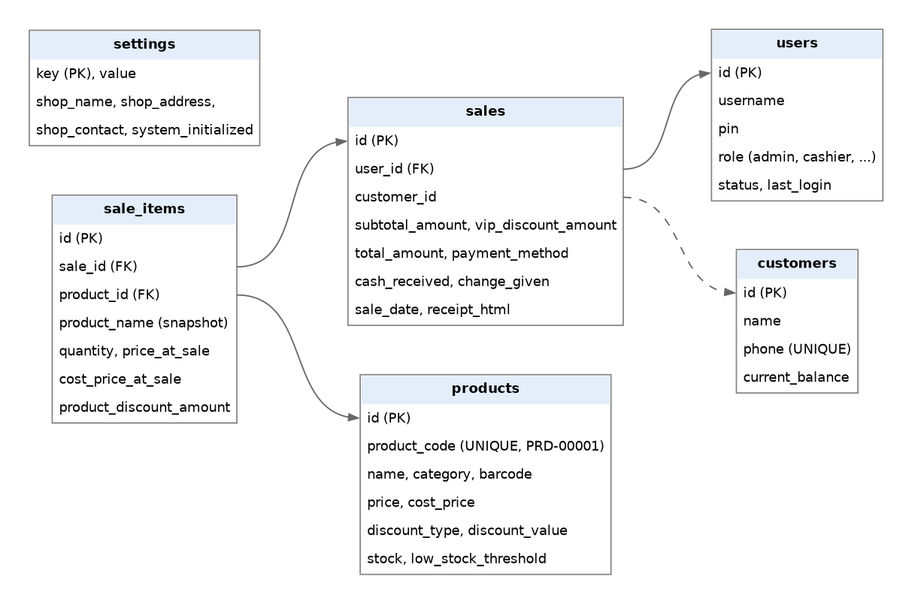
shoaib-javeed-05/my-local-shop-pos keeps this Graphviz diagram as docs/diagrams/data-model.png. Above is the earlier version. Its source is kept beside it as docs/diagrams/src/data-model.dot.
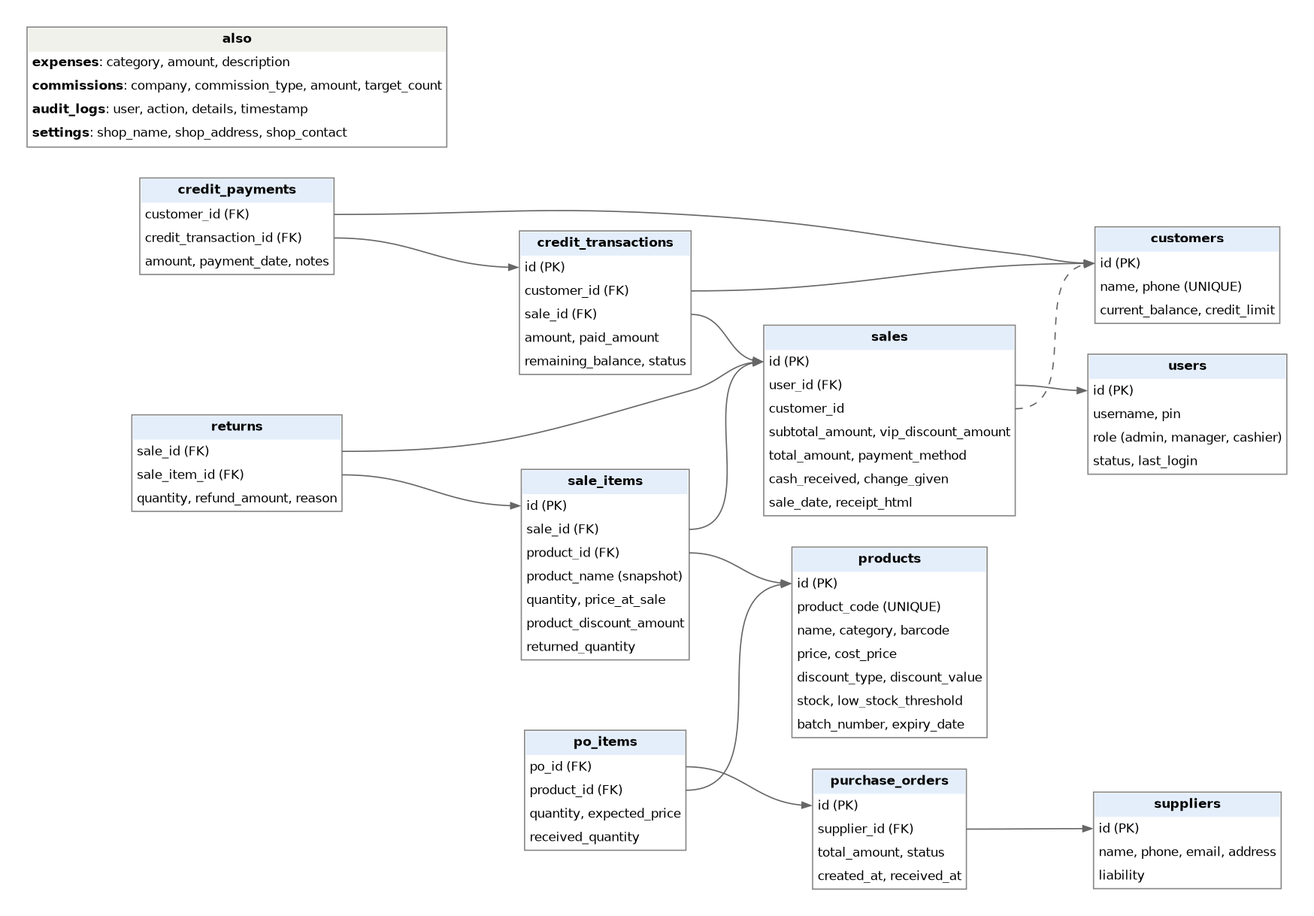
After the commit.

Change to the diagram source:
```diff
@@ -1,60 +1,88 @@
 digraph data_model {
-  graph [rankdir=LR, fontname="Helvetica", fontsize=12, nodesep=0.5, ranksep=0.9, pad=0.3, bgcolor="white"];
+  graph [rankdir=LR, fontname="Helvetica", fontsize=12, nodesep=0.35, ranksep=0.8, pad=0.3, bgcolor="white"];
   node  [shape=plain, fontname="Helvetica", fontsize=10];
-  edge  [color="#666666", arrowsize=0.7, fontname="Helvetica", fontsize=9];
+  edge  [color="#666666", arrowsize=0.7];
 
-  users [label=<<table border="1" cellborder="0" cellspacing="0" cellpadding="4" color="#888888">
+  users [label=<<table border="1" cellborder="0" cellspacing="0" cellpadding="3" color="#888888">
     <tr><td bgcolor="#e4eefb"><b>users</b></td></tr>
-    <tr><td align="left" port="id">id (PK)</td></tr>
-    <tr><td align="left">username</td></tr>
-    <tr><td align="left">pin</td></tr>
-    <tr><td align="left">role (admin, cashier, ...)</td></tr>
-    <tr><td align="left">status, last_login</td></tr></table>>];
+    <tr><td align="left" port="id">id (PK)</td></tr><tr><td align="left">username, pin</td></tr>
+    <tr><td align="left">role (admin, manager, cashier)</td></tr><tr><td align="left">status, last_login</td></tr></table>>];
 
-  products [label=<<table border="1" cellborder="0" cellspacing="0" cellpadding="4" color="#888888">
+  products [label=<<table border="1" cellborder="0" cellspacing="0" cellpadding="3" color="#888888">
     <tr><td bgcolor="#e4eefb"><b>products</b></td></tr>
-    <tr><td align="left" port="id">id (PK)</td></tr>
-    <tr><td align="left">product_code (UNIQUE, PRD-00001)</td></tr>
-    <tr><td align="left">name, category, barcode</td></tr>
-    <tr><td align="left">price, cost_price</td></tr>
-    <tr><td align="left">discount_type, discount_value</td></tr>
-    <tr><td align="left">stock, low_stock_threshold</td></tr></table>>];
+    <tr><td align="left" port="id">id (PK)</td></tr><tr><td align="left">product_code (UNIQUE)</td></tr>
+    <tr><td align="left">name, category, barcode</td></tr><tr><td align="left">price, cost_price</td></tr>
+    <tr><td align="left">discount_type, discount_value</td></tr><tr><td align="left">stock, low_stock_threshold</td></tr>
+    <tr><td align="left">batch_number, expiry_date</td></tr></table>>];
 
-  customers [label=<<table border="1" cellborder="0" cellspacing="0" cellpadding="4" color="#888888">
+  customers [label=<<table border="1" cellborder="0" cellspacing="0" cellpadding="3" color="#888888">
     <tr><td bgcolor="#e4eefb"><b>customers</b></td></tr>
-    <tr><td align="left" port="id">id (PK)</td></tr>
-    <tr><td align="left">name</td></tr>
-    <tr><td align="left">phone (UNIQUE)</td></tr>
-    <tr><td align="left">current_balance</td></tr></table>>];
+    <tr><td align="left" port="id">id (PK)</td></tr><tr><td align="left">name, phone (UNIQUE)</td></tr>
+    <tr><td align="left">current_balance, credit_limit</td></tr></table>>];
 
-  sales [label=<<table border="1" cellborder="0" cellspacing="0" cellpadding="4" color="#888888">
+  sales [label=<<table border="1" cellborder="0" cellspacing="0" cellpadding="3" color="#888888">
     <tr><td bgcolor="#e4eefb"><b>sales</b></td></tr>
-    <tr><td align="left" port="id">id (PK)</td></tr>
-    <tr><td align="left" port="user">user_id (FK)</td></tr>
-    <tr><td align="left" port="cust">customer_id</td></tr>
-    <tr><td align="left">subtotal_amount, vip_discount_amount</td></tr>
-    <tr><td align="left">total_amount, payment_method</td></tr>
-    <tr><td align="left">cash_received, change_given</td></tr>
+    <tr><td align="left" port="id">id (PK)</td></tr><tr><td align="left" port="user">user_id (FK)</td></tr>
+    <tr><td align="left" port="cust">customer_id</td></tr><tr><td align="left">subtotal_amount, vip_discount_amount</td></tr>
+    <tr><td align="left">total_amount, payment_method</td></tr><tr><td align="left">cash_received, change_given</td></tr>
     <tr><td align="left">sale_date, receipt_html</td></tr></table>>];
 
-  sale_items [label=<<table border="1" cellborder="0" cellspacing="0" cellpadding="4" color="#888888">
+  sale_items [label=<<table border="1" cellborder="0" cellspacing="0" cellpadding="3" color="#888888">
     <tr><td bgcolor="#e4eefb"><b>sale_items</b></td></tr>
-    <tr><td align="left">id (PK)</td></tr>
-    <tr><td align="left" port="sale">sale_id (FK)</td></tr>
-    <tr><td align="left" port="prod">product_id (FK)</td></tr>
-    <tr><td align="left">product_name (snapshot)</td></tr>
-    <tr><td align="left">quantity, price_at_sale</td></tr>
-    <tr><td align="left">cost_price_at_sale</td></tr>
-    <tr><td align="left">product_discount_amount</td></tr></table>>];
+    <tr><td align="left" port="id">id (PK)</td></tr><tr><td align="left" port="sale">sale_id (FK)</td></tr>
+    <tr><td align="left" port="prod">product_id (FK)</td></tr><tr><td align="left">product_name (snapshot)</td></tr>
+    <tr><td align="left">quantity, price_at_sale</td></tr><tr><td align="left">product_discount_amount</td></tr>
+    <tr><td align="left">returned_quantity</td></tr></table>>];
 
-  settings [label=<<table border="1" cellborder="0" cellspacing="0" cellpadding="4" color="#888888">
-    <tr><td bgcolor="#e4eefb"><b>settings</b></td></tr>
-    <tr><td align="left">key (PK), value</td></tr>
-    <tr><td align="left">shop_name, shop_address,</td></tr>
-    <tr><td align="left">shop_contact, system_initialized</td></tr></table>>];
+  returns [label=<<table border="1" cellborder="0" cellspacing="0" cellpadding="3" color="#888888">
+    <tr><td bgcolor="#e4eefb"><b>returns</b></td></tr>
+    <tr><td align="left" port="sale">sale_id (FK)</td></tr><tr><td align="left" port="item">sale_item_id (FK)</td></tr>
+    <tr><td align="left">quantity, refund_amount, reason</td></tr></table>>];
+
+  credit_tx [label=<<table border="1" cellborder="0" cellspacing="0" cellpadding="3" color="#888888">
+    <tr><td bgcolor="#e4eefb"><b>credit_transactions</b></td></tr>
+    <tr><td align="left" port="id">id (PK)</td></tr><tr><td align="left" port="cust">customer_id (FK)</td></tr>
+    <tr><td align="left" port="sale">sale_id (FK)</td></tr><tr><td align="left">amount, paid_amount</td></tr>
+    <tr><td align="left">remaining_balance, status</td></tr></table>>];
+
+  credit_pay [label=<<table border="1" cellborder="0" cellspacing="0" cellpadding="3" color="#888888">
+    <tr><td bgcolor="#e4eefb"><b>credit_payments</b></td></tr>
+    <tr><td align="left" port="cust">customer_id (FK)</td></tr><tr><td align="left" port="tx">credit_transaction_id (FK)</td></tr>
+    <tr><td align="left">amount, payment_date, notes</td></tr></table>>];
+
+  suppliers [label=<<table border="1" cellborder="0" cellspacing="0" cellpadding="3" color="#888888">
+    <tr><td bgcolor="#e4eefb"><b>suppliers</b></td></tr>
+    <tr><td align="left" port="id">id (PK)</td></tr><tr><td align="left">name, phone, email, address</td></tr>
+    <tr><td align="left">liability</td></tr></table>>];
+
+  po [label=<<table border="1" cellborder="0" cellspacing="0" cellpadding="3" color="#888888">
+    <tr><td bgcolor="#e4eefb"><b>purchase_orders</b></td></tr>
+    <tr><td align="left" port="id">id (PK)</td></tr><tr><td align="left" port="sup">supplier_id (FK)</td></tr>
+    <tr><td align="left">total_amount, status</td></tr><tr><td align="left">created_at, received_at</td></tr></table>>];
+
+  po_items [label=<<table border="1" cellborder="0" cellspacing="0" cellpadding="3" color="#888888">
+    <tr><td bgcolor="#e4eefb"><b>po_items</b></td></tr>
+    <tr><td align="left" port="po">po_id (FK)</td></tr><tr><td align="left" port="prod">product_id (FK)</td></tr>
+    <tr><td align="left">quantity, expected_price</td></tr><tr><td align="left">received_quantity</td></tr></table>>];
+
+  other [label=<<table border="1" cellborder="0" cellspacing="0" cellpadding="3" color="#888888">
+    <tr><td bgcolor="#f1f1ec"><b>also</b></td></tr>
+    <tr><td align="left"><b>expenses</b>: category, amount, description</td></tr>
+    <tr><td align="left"><b>commissions</b>: company, commission_type, amount, target_count</td></tr>
+    <tr><td align="left"><b>audit_logs</b>: user, action, details, timestamp</td></tr>
+    <tr><td align="left"><b>settings</b>: shop_name, shop_address, shop_contact</td></tr></table>>];
 
   sales:user -> users:id;
   sales:cust -> customers:id [style=dashed];
   sale_items:sale -> sales:id;
   sale_items:prod -> products:id;
+  returns:sale -> sales:id;
+  returns:item -> sale_items:id;
+  credit_tx:cust -> customers:id;
+  credit_tx:sale -> sales:id;
+  credit_pay:cust -> customers:id;
+  credit_pay:tx -> credit_tx:id;
+  po:sup -> suppliers:id;
+  po_items:po -> po:id;
+  po_items:prod -> products:id;
 }
```
